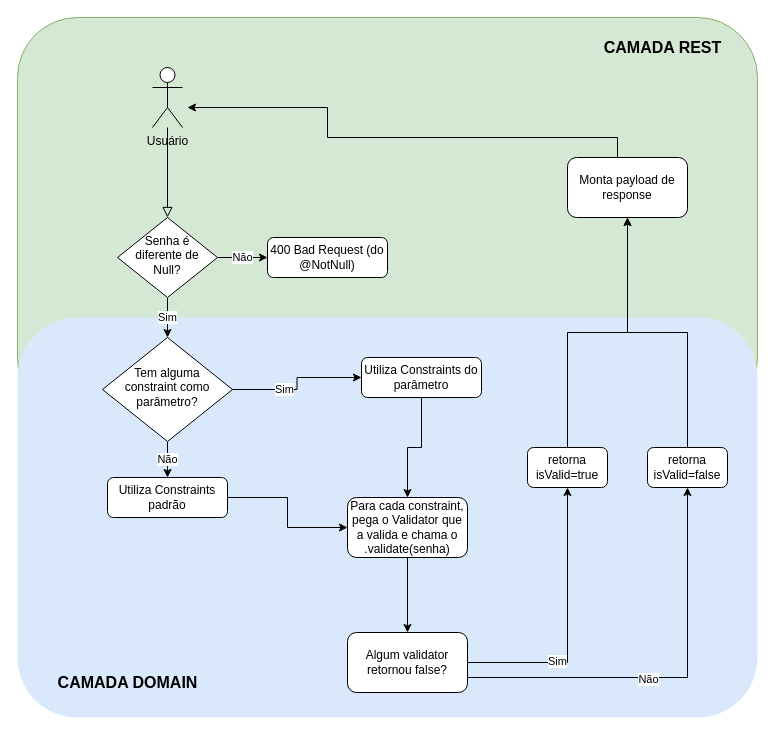
Before: media/Diagram.drawio in GuiCoppini/password-validator, a draw.io diagram. Source tidied: cells renumbered, new cells numbered last; positions are measured from the earlier drawing's top-left corner, leaving out a move shared by most shapes. Both pictures are drawn from the tidied source at 100%, with x=0, y=0 at pixel (17, 17).
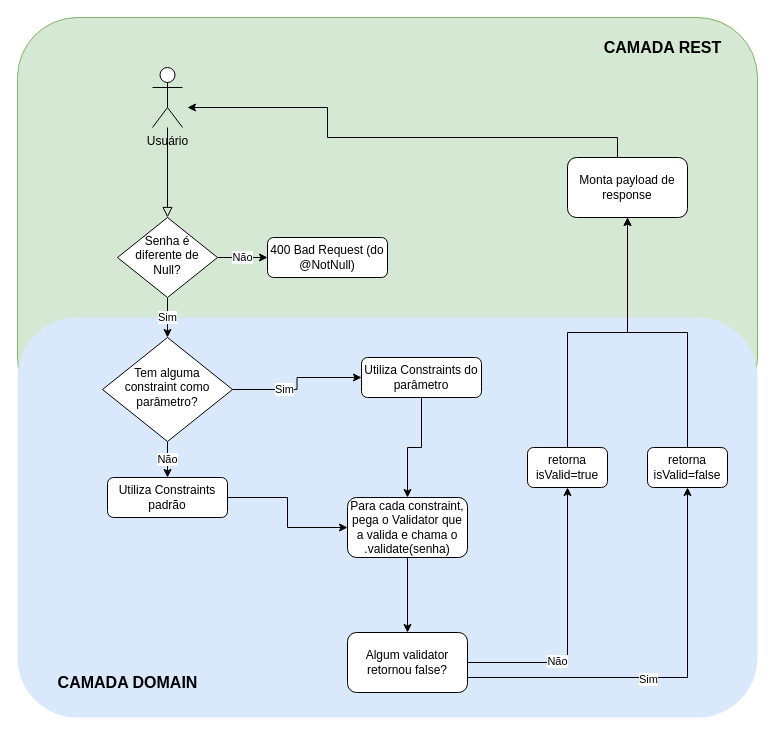
The same page after the edit.

Commit message (it also covers changes not shown here):
Arruma erro no diagrama

Unchanged cells that the change refers to:
```xml
<mxCell id="20" style="edgeStyle=orthogonalEdgeStyle;rounded=0;jettySize=auto;html=1;exitX=1;exitY=0.5;exitDx=0;exitDy=0;entryX=0.5;entryY=1;entryDx=0;entryDy=0;" parent="1" edge="1" source="24" target="28">
  <mxGeometry relative="1" as="geometry" />
</mxCell>
<mxCell id="22" style="edgeStyle=orthogonalEdgeStyle;rounded=0;jettySize=auto;html=1;exitX=1;exitY=0.75;exitDx=0;exitDy=0;entryX=0.5;entryY=1;entryDx=0;entryDy=0;" parent="1" edge="1" source="24" target="26">
  <mxGeometry relative="1" as="geometry" />
</mxCell>
```

Change to the diagram source:
```diff
@@
-    <mxCell id="21" value="Sim" style="edgeLabel;html=1;align=center;verticalAlign=middle;" parent="20" vertex="1">
+    <mxCell id="21" value="Não" style="edgeLabel;html=1;align=center;verticalAlign=middle;" parent="20" vertex="1">
       <mxGeometry x="-0.35" y="2" relative="1" as="geometry" />
     </mxCell>
@@
-    <mxCell id="23" value="Não" style="edgeLabel;html=1;align=center;verticalAlign=middle;" parent="22" vertex="1">
+    <mxCell id="23" value="Sim" style="edgeLabel;html=1;align=center;verticalAlign=middle;" parent="22" vertex="1">
       <mxGeometry x="-0.12" y="-1" relative="1" as="geometry" />
     </mxCell>
```
